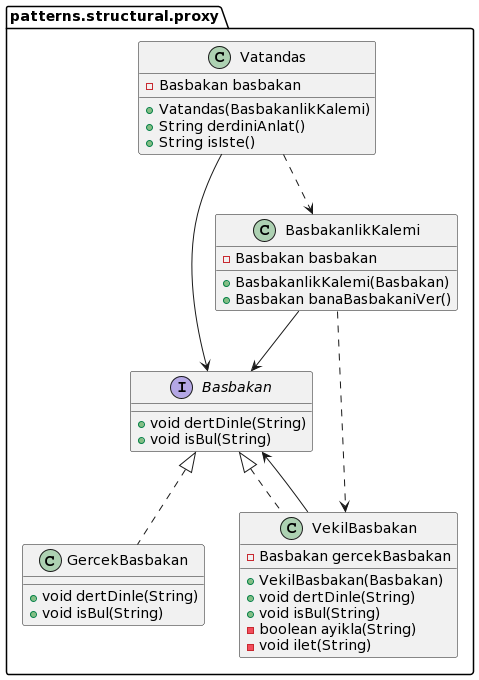
Above: umls/structural/ProxyUML.png in MertBaran/Design-Patterns (PlantUML), before the change.
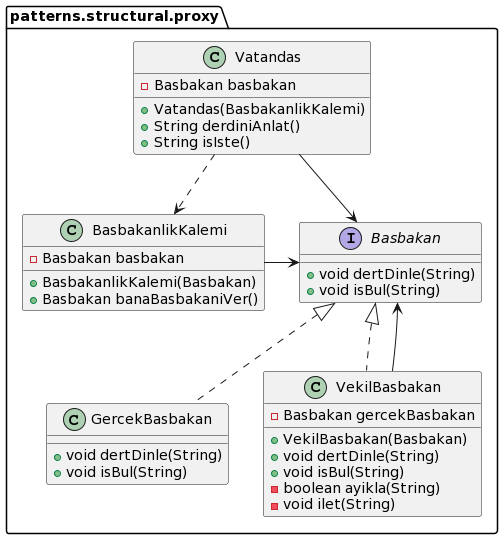
The same diagram one commit later.

What changed in the source:
```diff
@@ -27,9 +27,8 @@
 - void ilet(String)
 }
 patterns.structural.proxy.Vatandas ..> patterns.structural.proxy.BasbakanlikKalemi
-patterns.structural.proxy.BasbakanlikKalemi ..> patterns.structural.proxy.VekilBasbakan
 patterns.structural.proxy.Vatandas --> patterns.structural.proxy.Basbakan
-patterns.structural.proxy.BasbakanlikKalemi --> patterns.structural.proxy.Basbakan
+patterns.structural.proxy.BasbakanlikKalemi -> patterns.structural.proxy.Basbakan
 patterns.structural.proxy.VekilBasbakan --> patterns.structural.proxy.Basbakan
 patterns.structural.proxy.Basbakan <|.. patterns.structural.proxy.GercekBasbakan
 patterns.structural.proxy.Basbakan <|.. patterns.structural.proxy.VekilBasbakan
```
